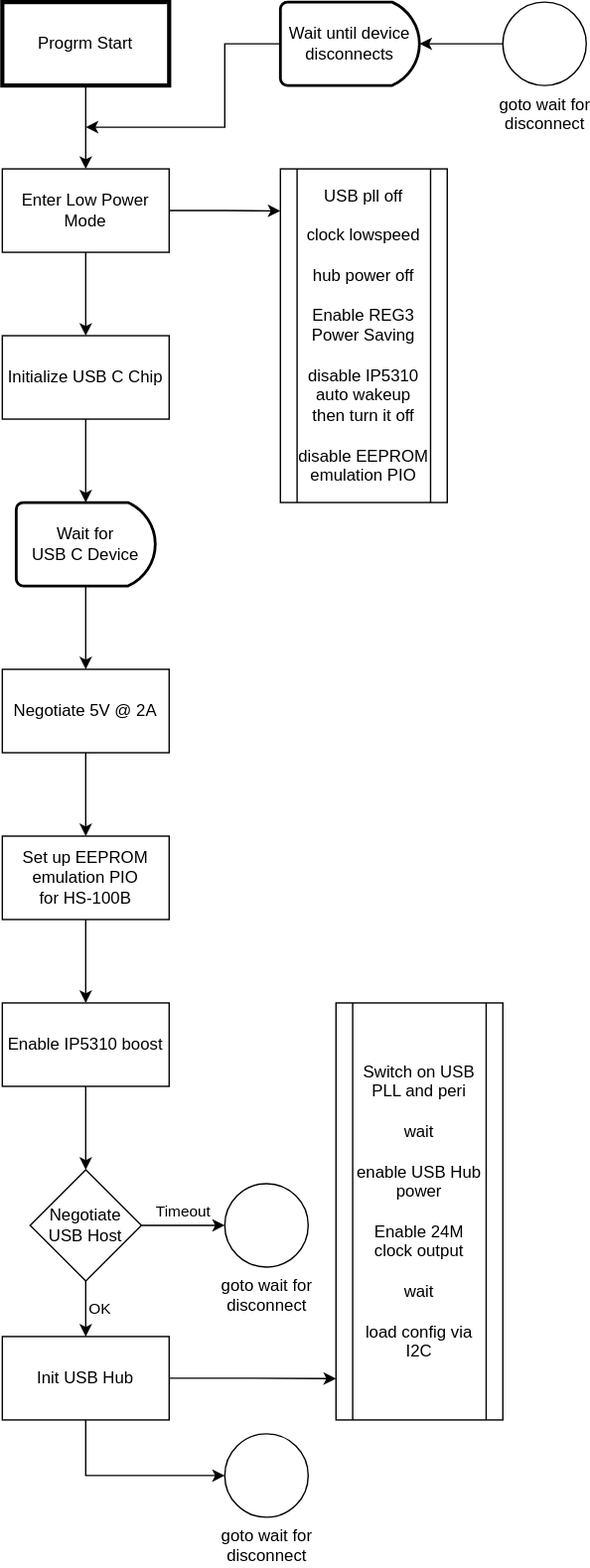
Earlier version of the draw.io export idea/program flow.svg (H3wastooshort/the_extender). Source tidied: cells renumbered, new cells last; positions are measured from the earlier drawing's top-left corner, leaving out a move shared by most shapes.
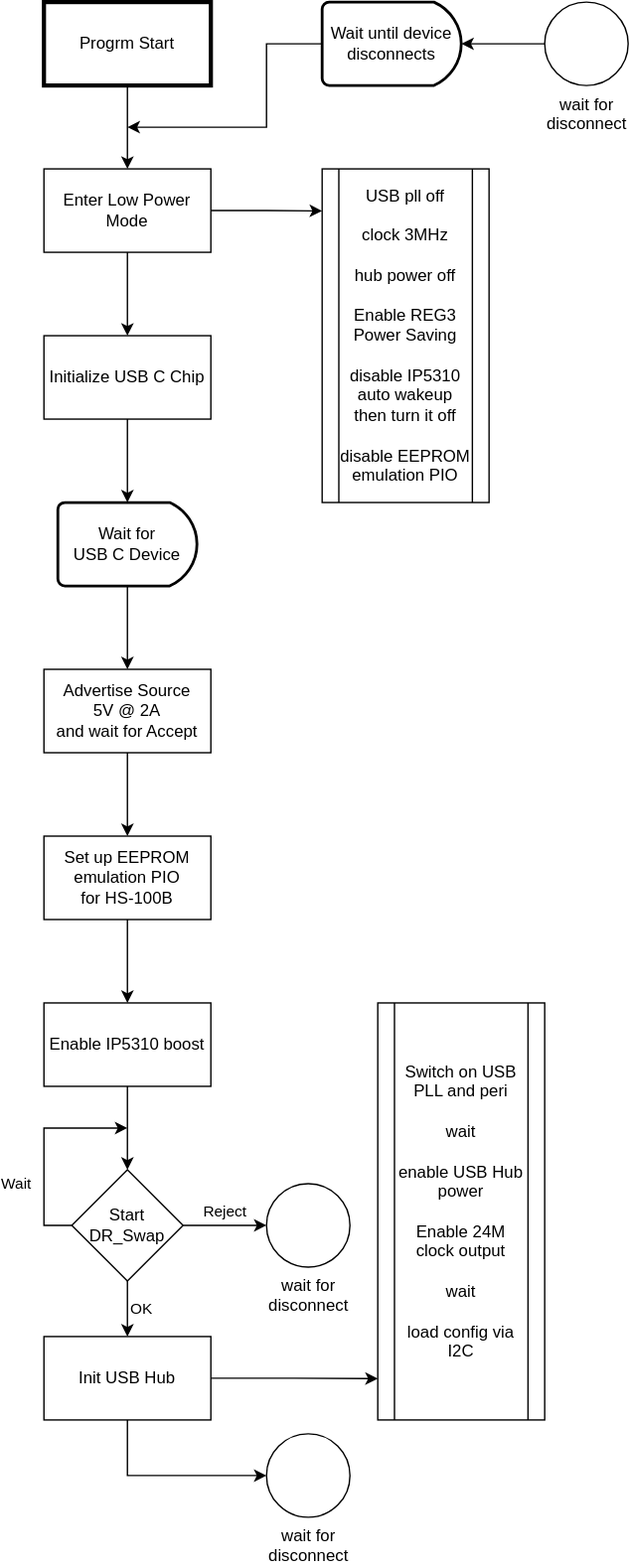
The same file after the commit.

Commit message:
usb c stuff idea

Change to the diagram source:
```diff
@@ -17,7 +17,7 @@
     <mxCell id="6" value="Enter Low Power Mode" style="rounded=0;whiteSpace=wrap;html=1;strokeWidth=1;" parent="1" vertex="1">
       <mxGeometry y="120" width="120" height="60" as="geometry" />
     </mxCell>
-    <mxCell id="7" value="USB pll off&lt;br style=&quot;border-color: var(--border-color);&quot;&gt;&lt;br style=&quot;border-color: var(--border-color);&quot;&gt;clock lowspeed&lt;br style=&quot;border-color: var(--border-color);&quot;&gt;&lt;br&gt;hub power off&lt;br&gt;&lt;br style=&quot;border-color: var(--border-color);&quot;&gt;Enable REG3 Power Saving&lt;br style=&quot;border-color: var(--border-color);&quot;&gt;&lt;br style=&quot;border-color: var(--border-color);&quot;&gt;disable IP5310 auto wakeup then turn it off&lt;br&gt;&lt;br&gt;disable EEPROM emulation PIO" style="shape=process;whiteSpace=wrap;html=1;backgroundOutline=1;strokeWidth=1;" parent="1" vertex="1">
+    <mxCell id="7" value="USB pll off&lt;br style=&quot;border-color: var(--border-color);&quot;&gt;&lt;br style=&quot;border-color: var(--border-color);&quot;&gt;clock 3MHz&lt;br style=&quot;border-color: var(--border-color);&quot;&gt;&lt;br&gt;hub power off&lt;br&gt;&lt;br style=&quot;border-color: var(--border-color);&quot;&gt;Enable REG3 Power Saving&lt;br style=&quot;border-color: var(--border-color);&quot;&gt;&lt;br style=&quot;border-color: var(--border-color);&quot;&gt;disable IP5310 auto wakeup then turn it off&lt;br&gt;&lt;br&gt;disable EEPROM emulation PIO" style="shape=process;whiteSpace=wrap;html=1;backgroundOutline=1;strokeWidth=1;" parent="1" vertex="1">
       <mxGeometry x="200" y="120" width="120" height="240" as="geometry" />
     </mxCell>
     <mxCell id="8" value="Initialize USB C Chip" style="rounded=0;whiteSpace=wrap;html=1;strokeWidth=1;" parent="1" vertex="1">
@@ -37,7 +37,7 @@
     <mxCell id="11" style="edgeStyle=orthogonalEdgeStyle;rounded=0;jettySize=auto;html=1;exitX=0.5;exitY=1;exitDx=0;exitDy=0;entryX=0.5;entryY=0;entryDx=0;entryDy=0;" parent="1" edge="1" source="12" target="14">
       <mxGeometry relative="1" as="geometry" />
     </mxCell>
-    <mxCell id="12" value="Negotiate 5V @ 2A" style="rounded=0;whiteSpace=wrap;html=1;strokeWidth=1;" parent="1" vertex="1">
+    <mxCell id="12" value="Advertise Source&lt;br&gt;5V @ 2A&lt;br&gt;and wait for Accept" style="rounded=0;whiteSpace=wrap;html=1;strokeWidth=1;" parent="1" vertex="1">
       <mxGeometry y="480" width="120" height="60" as="geometry" />
     </mxCell>
     <mxCell id="13" style="edgeStyle=orthogonalEdgeStyle;rounded=0;jettySize=auto;html=1;exitX=0.5;exitY=1;exitDx=0;exitDy=0;entryX=0.5;entryY=0;entryDx=0;entryDy=0;" parent="1" edge="1" source="14" target="30">
@@ -46,19 +46,28 @@
     <mxCell id="14" value="Set up EEPROM emulation PIO&lt;br&gt;for HS-100B" style="rounded=0;whiteSpace=wrap;html=1;strokeWidth=1;" parent="1" vertex="1">
       <mxGeometry y="600" width="120" height="60" as="geometry" />
     </mxCell>
-    <mxCell id="15" value="Timeout" style="edgeStyle=orthogonalEdgeStyle;rounded=0;jettySize=auto;html=1;exitX=1;exitY=0.5;exitDx=0;exitDy=0;entryX=0;entryY=0.5;entryDx=0;entryDy=0;entryPerimeter=0;" parent="1" edge="1" source="17" target="19">
+    <mxCell id="15" value="Reject" style="edgeStyle=orthogonalEdgeStyle;rounded=0;jettySize=auto;html=1;exitX=1;exitY=0.5;exitDx=0;exitDy=0;entryX=0;entryY=0.5;entryDx=0;entryDy=0;entryPerimeter=0;" parent="1" edge="1" source="17" target="19">
       <mxGeometry y="10" relative="1" as="geometry" />
     </mxCell>
     <mxCell id="16" value="OK" style="edgeStyle=orthogonalEdgeStyle;rounded=0;jettySize=auto;html=1;exitX=0.5;exitY=1;exitDx=0;exitDy=0;entryX=0.5;entryY=0;entryDx=0;entryDy=0;" parent="1" edge="1" source="17" target="22">
       <mxGeometry y="10" relative="1" as="geometry" />
     </mxCell>
+    <mxCell id="31" value="Wait" style="edgeStyle=orthogonalEdgeStyle;rounded=0;jettySize=auto;html=1;exitX=0;exitY=0.5;exitDx=0;exitDy=0;" parent="1" edge="1" source="17">
+      <mxGeometry x="-0.33" y="20" relative="1" as="geometry">
+        <mxPoint x="60" y="810" as="targetPoint" />
+        <Array as="points">
+          <mxPoint y="880" />
+          <mxPoint y="810" />
+        </Array>
+      </mxGeometry>
+    </mxCell>
-    <mxCell id="17" value="Negotiate&lt;br&gt;USB Host" style="rhombus;whiteSpace=wrap;html=1;strokeWidth=1;" parent="1" vertex="1">
+    <mxCell id="17" value="Start&lt;br&gt;DR_Swap" style="rhombus;whiteSpace=wrap;html=1;strokeWidth=1;" parent="1" vertex="1">
       <mxGeometry x="20" y="840" width="80" height="80" as="geometry" />
     </mxCell>
     <mxCell id="18" value="Wait for&lt;br&gt;USB C Device" style="strokeWidth=2;html=1;shape=mxgraph.flowchart.delay;whiteSpace=wrap;" parent="1" vertex="1">
       <mxGeometry x="10" y="360" width="100" height="60" as="geometry" />
     </mxCell>
-    <mxCell id="19" value="goto wait for&lt;br&gt;disconnect" style="verticalLabelPosition=bottom;verticalAlign=top;html=1;shape=mxgraph.flowchart.on-page_reference;strokeWidth=1;" parent="1" vertex="1">
+    <mxCell id="19" value="wait for&lt;br&gt;disconnect" style="verticalLabelPosition=bottom;verticalAlign=top;html=1;shape=mxgraph.flowchart.on-page_reference;strokeWidth=1;" parent="1" vertex="1">
       <mxGeometry x="160" y="850" width="60" height="60" as="geometry" />
     </mxCell>
     <mxCell id="20" style="edgeStyle=orthogonalEdgeStyle;rounded=0;jettySize=auto;html=1;exitX=0.5;exitY=1;exitDx=0;exitDy=0;entryX=0;entryY=0.5;entryDx=0;entryDy=0;entryPerimeter=0;" parent="1" edge="1" source="22" target="24">
@@ -77,7 +86,7 @@
     <mxCell id="23" value="Switch on USB PLL and peri&lt;br&gt;&lt;br&gt;wait&lt;br&gt;&lt;br&gt;enable USB Hub power&lt;br&gt;&lt;br&gt;Enable 24M clock output&lt;br&gt;&lt;br&gt;wait&lt;br&gt;&lt;br&gt;load config via I2C" style="shape=process;whiteSpace=wrap;html=1;backgroundOutline=1;strokeWidth=1;" parent="1" vertex="1">
       <mxGeometry x="240" y="720" width="120" height="300" as="geometry" />
     </mxCell>
-    <mxCell id="24" value="goto wait for&lt;br&gt;disconnect" style="verticalLabelPosition=bottom;verticalAlign=top;html=1;shape=mxgraph.flowchart.on-page_reference;strokeWidth=1;" parent="1" vertex="1">
+    <mxCell id="24" value="wait for&lt;br&gt;disconnect" style="verticalLabelPosition=bottom;verticalAlign=top;html=1;shape=mxgraph.flowchart.on-page_reference;strokeWidth=1;" parent="1" vertex="1">
       <mxGeometry x="160" y="1030" width="60" height="60" as="geometry" />
     </mxCell>
     <mxCell id="25" style="edgeStyle=orthogonalEdgeStyle;rounded=0;jettySize=auto;html=1;exitX=0;exitY=0.5;exitDx=0;exitDy=0;exitPerimeter=0;" parent="1" edge="1" source="26">
@@ -95,7 +104,7 @@
     <mxCell id="27" style="edgeStyle=orthogonalEdgeStyle;rounded=0;jettySize=auto;html=1;exitX=0;exitY=0.5;exitDx=0;exitDy=0;exitPerimeter=0;entryX=1;entryY=0.5;entryDx=0;entryDy=0;entryPerimeter=0;" parent="1" edge="1" source="28" target="26">
       <mxGeometry relative="1" as="geometry" />
     </mxCell>
-    <mxCell id="28" value="goto wait for&lt;br&gt;disconnect" style="verticalLabelPosition=bottom;verticalAlign=top;html=1;shape=mxgraph.flowchart.on-page_reference;strokeWidth=1;" parent="1" vertex="1">
+    <mxCell id="28" value="wait for&lt;br&gt;disconnect" style="verticalLabelPosition=bottom;verticalAlign=top;html=1;shape=mxgraph.flowchart.on-page_reference;strokeWidth=1;" parent="1" vertex="1">
       <mxGeometry x="360" width="60" height="60" as="geometry" />
     </mxCell>
     <mxCell id="29" style="edgeStyle=orthogonalEdgeStyle;rounded=0;jettySize=auto;html=1;exitX=0.5;exitY=1;exitDx=0;exitDy=0;entryX=0.5;entryY=0;entryDx=0;entryDy=0;" parent="1" edge="1" source="30" target="17">
```
